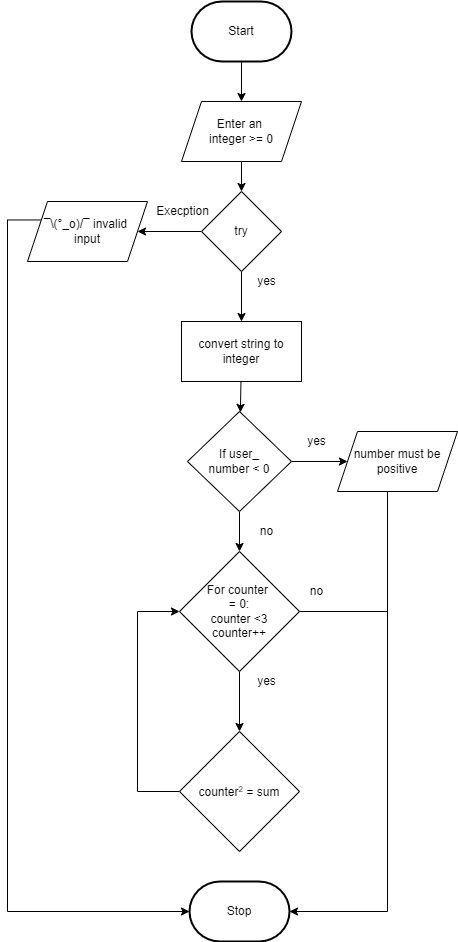
Huzaifa-Khalid-2/ICS3U-Assignment5-Python keeps this draw.io diagram as flowchart.png. Above is the earlier version. Source tidied: cells renumbered, new cells last; positions are measured from the earlier drawing's top-left corner, leaving out a move shared by most shapes. Its diagram source:
```xml
<mxGraphModel>
  <root>
    <mxCell id="0" />
    <mxCell id="1" parent="0" />
    <mxCell id="2" value="Stop" style="strokeWidth=2;html=1;shape=mxgraph.flowchart.terminator;whiteSpace=wrap;" parent="1" vertex="1">
      <mxGeometry x="182" y="880" width="100" height="60" as="geometry" />
    </mxCell>
    <mxCell id="3" style="edgeStyle=none;html=1;" parent="1" edge="1" source="4" target="6">
      <mxGeometry relative="1" as="geometry" />
    </mxCell>
    <mxCell id="4" value="Start" style="strokeWidth=2;html=1;shape=mxgraph.flowchart.terminator;whiteSpace=wrap;" parent="1" vertex="1">
      <mxGeometry x="184" width="100" height="60" as="geometry" />
    </mxCell>
    <mxCell id="5" style="edgeStyle=none;html=1;" parent="1" edge="1" source="6" target="9">
      <mxGeometry relative="1" as="geometry" />
    </mxCell>
    <mxCell id="6" value="Enter an &lt;br&gt;integer &amp;gt;= 0" style="shape=parallelogram;perimeter=parallelogramPerimeter;whiteSpace=wrap;html=1;fixedSize=1;" parent="1" vertex="1">
      <mxGeometry x="174" y="100" width="120" height="60" as="geometry" />
    </mxCell>
    <mxCell id="7" style="edgeStyle=none;html=1;" parent="1" edge="1" source="9">
      <mxGeometry relative="1" as="geometry">
        <mxPoint x="130" y="230" as="targetPoint" />
      </mxGeometry>
    </mxCell>
    <mxCell id="8" style="edgeStyle=none;html=1;" parent="1" edge="1" source="9">
      <mxGeometry relative="1" as="geometry">
        <mxPoint x="234" y="320" as="targetPoint" />
      </mxGeometry>
    </mxCell>
    <mxCell id="9" value="try" style="rhombus;whiteSpace=wrap;html=1;" parent="1" vertex="1">
      <mxGeometry x="194" y="190" width="80" height="80" as="geometry" />
    </mxCell>
    <mxCell id="10" value="Execption" style="text;html=1;align=center;verticalAlign=middle;strokeColor=none;fillColor=none;" parent="1" vertex="1">
      <mxGeometry x="140" y="200" width="70" height="20" as="geometry" />
    </mxCell>
    <mxCell id="11" style="edgeStyle=elbowEdgeStyle;rounded=0;html=1;entryX=0;entryY=0.5;entryDx=0;entryDy=0;entryPerimeter=0;exitX=0;exitY=0.25;exitDx=0;exitDy=0;" parent="1" edge="1" source="12" target="2">
      <mxGeometry relative="1" as="geometry">
        <Array as="points">
          <mxPoint y="790" />
          <mxPoint x="10" y="530" />
          <mxPoint x="50" y="570" />
        </Array>
      </mxGeometry>
    </mxCell>
    <mxCell id="12" value="¯\(°_o)/¯ invalid &lt;br&gt;input" style="shape=parallelogram;perimeter=parallelogramPerimeter;whiteSpace=wrap;html=1;fixedSize=1;" parent="1" vertex="1">
      <mxGeometry x="20" y="200" width="120" height="60" as="geometry" />
    </mxCell>
    <mxCell id="13" value="yes" style="text;html=1;align=center;verticalAlign=middle;strokeColor=none;fillColor=none;" parent="1" vertex="1">
      <mxGeometry x="244" y="270" width="30" height="20" as="geometry" />
    </mxCell>
    <mxCell id="14" style="edgeStyle=none;html=1;" parent="1" edge="1" source="15" target="18">
      <mxGeometry relative="1" as="geometry" />
    </mxCell>
    <mxCell id="15" value="convert string to integer" style="rounded=0;whiteSpace=wrap;html=1;" parent="1" vertex="1">
      <mxGeometry x="174" y="320" width="120" height="60" as="geometry" />
    </mxCell>
    <mxCell id="16" style="edgeStyle=none;html=1;" parent="1" edge="1" source="18">
      <mxGeometry relative="1" as="geometry">
        <mxPoint x="340" y="460" as="targetPoint" />
      </mxGeometry>
    </mxCell>
    <mxCell id="17" style="edgeStyle=none;html=1;entryX=0.5;entryY=0;entryDx=0;entryDy=0;" parent="1" edge="1" source="18">
      <mxGeometry relative="1" as="geometry">
        <mxPoint x="232" y="550" as="targetPoint" />
      </mxGeometry>
    </mxCell>
    <mxCell id="18" value="If user_&lt;br&gt;number &amp;lt; 0" style="rhombus;whiteSpace=wrap;html=1;" parent="1" vertex="1">
      <mxGeometry x="180" y="410" width="104" height="100" as="geometry" />
    </mxCell>
    <mxCell id="19" style="edgeStyle=elbowEdgeStyle;rounded=0;html=1;entryX=1;entryY=0.5;entryDx=0;entryDy=0;entryPerimeter=0;" parent="1" edge="1" source="20" target="2">
      <mxGeometry relative="1" as="geometry">
        <Array as="points">
          <mxPoint x="380" y="700" />
        </Array>
      </mxGeometry>
    </mxCell>
    <mxCell id="20" value="number must be positive" style="shape=parallelogram;perimeter=parallelogramPerimeter;whiteSpace=wrap;html=1;fixedSize=1;" parent="1" vertex="1">
      <mxGeometry x="330" y="430" width="120" height="60" as="geometry" />
    </mxCell>
    <mxCell id="21" value="yes" style="text;html=1;align=center;verticalAlign=middle;strokeColor=none;fillColor=none;" parent="1" vertex="1">
      <mxGeometry x="294" y="430" width="30" height="20" as="geometry" />
    </mxCell>
    <mxCell id="22" value="no" style="text;html=1;align=center;verticalAlign=middle;strokeColor=none;fillColor=none;" parent="1" vertex="1">
      <mxGeometry x="244" y="520" width="30" height="20" as="geometry" />
    </mxCell>
    <mxCell id="23" style="edgeStyle=none;html=1;" parent="1" edge="1" source="24">
      <mxGeometry relative="1" as="geometry">
        <mxPoint x="232" y="730" as="targetPoint" />
      </mxGeometry>
    </mxCell>
    <mxCell id="24" value="For counter &lt;br&gt;= 0:&lt;br&gt;counter &amp;lt;3&lt;br&gt;counter++" style="rhombus;whiteSpace=wrap;html=1;" parent="1" vertex="1">
      <mxGeometry x="172" y="550" width="120" height="120" as="geometry" />
    </mxCell>
    <mxCell id="25" style="edgeStyle=elbowEdgeStyle;html=1;entryX=0;entryY=0.5;entryDx=0;entryDy=0;rounded=0;" parent="1" edge="1" source="26" target="24">
      <mxGeometry relative="1" as="geometry">
        <Array as="points">
          <mxPoint x="130" y="670" />
        </Array>
      </mxGeometry>
    </mxCell>
    <mxCell id="26" value="counter&lt;span style=&quot;font-size: 10px&quot;&gt;&lt;sup&gt;2&lt;/sup&gt;&lt;/span&gt;&amp;nbsp;= sum" style="rhombus;whiteSpace=wrap;html=1;" parent="1" vertex="1">
      <mxGeometry x="172" y="730" width="120" height="120" as="geometry" />
    </mxCell>
    <mxCell id="27" value="no" style="text;html=1;align=center;verticalAlign=middle;strokeColor=none;fillColor=none;" parent="1" vertex="1">
      <mxGeometry x="294" y="580" width="30" height="20" as="geometry" />
    </mxCell>
    <mxCell id="28" value="yes" style="text;html=1;align=center;verticalAlign=middle;strokeColor=none;fillColor=none;" parent="1" vertex="1">
      <mxGeometry x="244" y="670" width="30" height="20" as="geometry" />
    </mxCell>
    <mxCell id="29" style="endArrow=none;html=1;rounded=0;entryX=1;entryY=0.5;entryDx=0;entryDy=0;" parent="1" edge="1" target="24">
      <mxGeometry relative="1" as="geometry">
        <mxPoint x="380" y="610" as="sourcePoint" />
      </mxGeometry>
    </mxCell>
  </root>
</mxGraphModel>
```
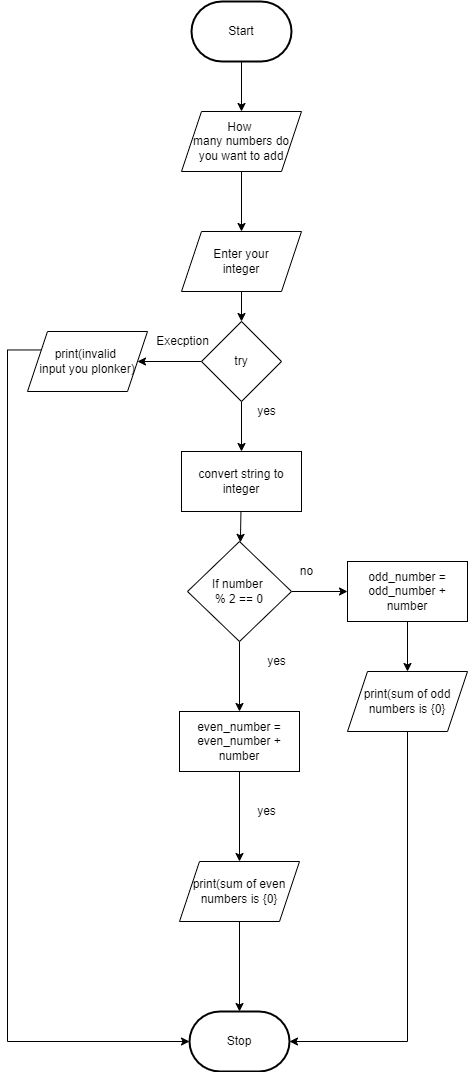
After the change.

The edit, as a diff of the source:
```diff
@@ -5,16 +5,10 @@
     <mxCell id="2" value="Stop" style="strokeWidth=2;html=1;shape=mxgraph.flowchart.terminator;whiteSpace=wrap;" parent="1" vertex="1">
       <mxGeometry x="182" y="880" width="100" height="60" as="geometry" />
     </mxCell>
-    <mxCell id="3" style="edgeStyle=none;html=1;" parent="1" edge="1" source="4" target="6">
-      <mxGeometry relative="1" as="geometry" />
-    </mxCell>
-    <mxCell id="4" value="Start" style="strokeWidth=2;html=1;shape=mxgraph.flowchart.terminator;whiteSpace=wrap;" parent="1" vertex="1">
-      <mxGeometry x="184" width="100" height="60" as="geometry" />
-    </mxCell>
     <mxCell id="5" style="edgeStyle=none;html=1;" parent="1" edge="1" source="6" target="9">
       <mxGeometry relative="1" as="geometry" />
     </mxCell>
-    <mxCell id="6" value="Enter an &lt;br&gt;integer &amp;gt;= 0" style="shape=parallelogram;perimeter=parallelogramPerimeter;whiteSpace=wrap;html=1;fixedSize=1;" parent="1" vertex="1">
+    <mxCell id="6" value="Enter your&lt;br&gt;integer" style="shape=parallelogram;perimeter=parallelogramPerimeter;whiteSpace=wrap;html=1;fixedSize=1;" parent="1" vertex="1">
       <mxGeometry x="174" y="100" width="120" height="60" as="geometry" />
     </mxCell>
     <mxCell id="7" style="edgeStyle=none;html=1;" parent="1" edge="1" source="9">
@@ -42,7 +36,7 @@
         </Array>
       </mxGeometry>
     </mxCell>
-    <mxCell id="12" value="¯\(°_o)/¯ invalid &lt;br&gt;input" style="shape=parallelogram;perimeter=parallelogramPerimeter;whiteSpace=wrap;html=1;fixedSize=1;" parent="1" vertex="1">
+    <mxCell id="12" value="print(invalid &lt;br&gt;input you plonker)" style="shape=parallelogram;perimeter=parallelogramPerimeter;whiteSpace=wrap;html=1;fixedSize=1;" parent="1" vertex="1">
       <mxGeometry x="20" y="200" width="120" height="60" as="geometry" />
     </mxCell>
     <mxCell id="13" value="yes" style="text;html=1;align=center;verticalAlign=middle;strokeColor=none;fillColor=none;" parent="1" vertex="1">
@@ -59,58 +53,63 @@
         <mxPoint x="340" y="460" as="targetPoint" />
       </mxGeometry>
     </mxCell>
-    <mxCell id="17" style="edgeStyle=none;html=1;entryX=0.5;entryY=0;entryDx=0;entryDy=0;" parent="1" edge="1" source="18">
-      <mxGeometry relative="1" as="geometry">
-        <mxPoint x="232" y="550" as="targetPoint" />
-      </mxGeometry>
+    <mxCell id="17" style="edgeStyle=none;html=1;entryX=0.5;entryY=0;entryDx=0;entryDy=0;" parent="1" edge="1" source="18" target="33">
+      <mxGeometry relative="1" as="geometry" />
     </mxCell>
-    <mxCell id="18" value="If user_&lt;br&gt;number &amp;lt; 0" style="rhombus;whiteSpace=wrap;html=1;" parent="1" vertex="1">
+    <mxCell id="18" value="If&amp;nbsp;number &lt;br&gt;% 2 == 0" style="rhombus;whiteSpace=wrap;html=1;" parent="1" vertex="1">
       <mxGeometry x="180" y="410" width="104" height="100" as="geometry" />
     </mxCell>
-    <mxCell id="19" style="edgeStyle=elbowEdgeStyle;rounded=0;html=1;entryX=1;entryY=0.5;entryDx=0;entryDy=0;entryPerimeter=0;" parent="1" edge="1" source="20" target="2">
-      <mxGeometry relative="1" as="geometry">
-        <Array as="points">
-          <mxPoint x="380" y="700" />
-        </Array>
-      </mxGeometry>
-    </mxCell>
-    <mxCell id="20" value="number must be positive" style="shape=parallelogram;perimeter=parallelogramPerimeter;whiteSpace=wrap;html=1;fixedSize=1;" parent="1" vertex="1">
-      <mxGeometry x="330" y="430" width="120" height="60" as="geometry" />
-    </mxCell>
     <mxCell id="21" value="yes" style="text;html=1;align=center;verticalAlign=middle;strokeColor=none;fillColor=none;" parent="1" vertex="1">
-      <mxGeometry x="294" y="430" width="30" height="20" as="geometry" />
+      <mxGeometry x="254" y="520" width="30" height="20" as="geometry" />
     </mxCell>
     <mxCell id="22" value="no" style="text;html=1;align=center;verticalAlign=middle;strokeColor=none;fillColor=none;" parent="1" vertex="1">
-      <mxGeometry x="244" y="520" width="30" height="20" as="geometry" />
+      <mxGeometry x="284" y="430" width="30" height="20" as="geometry" />
     </mxCell>
-    <mxCell id="23" style="edgeStyle=none;html=1;" parent="1" edge="1" source="24">
+    <mxCell id="23" style="edgeStyle=none;html=1;exitX=0.5;exitY=1;exitDx=0;exitDy=0;" parent="1" edge="1" source="33">
       <mxGeometry relative="1" as="geometry">
         <mxPoint x="232" y="730" as="targetPoint" />
       </mxGeometry>
     </mxCell>
-    <mxCell id="24" value="For counter &lt;br&gt;= 0:&lt;br&gt;counter &amp;lt;3&lt;br&gt;counter++" style="rhombus;whiteSpace=wrap;html=1;" parent="1" vertex="1">
-      <mxGeometry x="172" y="550" width="120" height="120" as="geometry" />
-    </mxCell>
-    <mxCell id="25" style="edgeStyle=elbowEdgeStyle;html=1;entryX=0;entryY=0.5;entryDx=0;entryDy=0;rounded=0;" parent="1" edge="1" source="26" target="24">
-      <mxGeometry relative="1" as="geometry">
-        <Array as="points">
-          <mxPoint x="130" y="670" />
-        </Array>
-      </mxGeometry>
-    </mxCell>
-    <mxCell id="26" value="counter&lt;span style=&quot;font-size: 10px&quot;&gt;&lt;sup&gt;2&lt;/sup&gt;&lt;/span&gt;&amp;nbsp;= sum" style="rhombus;whiteSpace=wrap;html=1;" parent="1" vertex="1">
-      <mxGeometry x="172" y="730" width="120" height="120" as="geometry" />
-    </mxCell>
-    <mxCell id="27" value="no" style="text;html=1;align=center;verticalAlign=middle;strokeColor=none;fillColor=none;" parent="1" vertex="1">
-      <mxGeometry x="294" y="580" width="30" height="20" as="geometry" />
-    </mxCell>
     <mxCell id="28" value="yes" style="text;html=1;align=center;verticalAlign=middle;strokeColor=none;fillColor=none;" parent="1" vertex="1">
       <mxGeometry x="244" y="670" width="30" height="20" as="geometry" />
     </mxCell>
-    <mxCell id="29" style="endArrow=none;html=1;rounded=0;entryX=1;entryY=0.5;entryDx=0;entryDy=0;" parent="1" edge="1" target="24">
-      <mxGeometry relative="1" as="geometry">
-        <mxPoint x="380" y="610" as="sourcePoint" />
-      </mxGeometry>
-    </mxCell>
+    <mxCell id="30" style="edgeStyle=none;html=1;entryX=0.5;entryY=0;entryDx=0;entryDy=0;" parent="1" edge="1" source="4" target="32">
+      <mxGeometry relative="1" as="geometry" />
+    </mxCell>
+    <mxCell id="4" value="Start" style="strokeWidth=2;html=1;shape=mxgraph.flowchart.terminator;whiteSpace=wrap;" parent="1" vertex="1">
+      <mxGeometry x="184" y="-130" width="100" height="60" as="geometry" />
+    </mxCell>
+    <mxCell id="31" style="edgeStyle=none;html=1;" parent="1" edge="1" source="32" target="6">
+      <mxGeometry relative="1" as="geometry" />
+    </mxCell>
+    <mxCell id="32" value="How &lt;br&gt;many numbers do you want to add" style="shape=parallelogram;perimeter=parallelogramPerimeter;whiteSpace=wrap;html=1;fixedSize=1;" parent="1" vertex="1">
+      <mxGeometry x="174" y="-20" width="120" height="60" as="geometry" />
+    </mxCell>
+    <mxCell id="33" value="even_number = even_number + number" style="rounded=0;whiteSpace=wrap;html=1;" parent="1" vertex="1">
+      <mxGeometry x="172" y="580" width="120" height="60" as="geometry" />
+    </mxCell>
+    <mxCell id="34" style="edgeStyle=none;html=1;entryX=0.5;entryY=0;entryDx=0;entryDy=0;" parent="1" edge="1" source="35" target="39">
+      <mxGeometry relative="1" as="geometry" />
+    </mxCell>
+    <mxCell id="35" value="odd_number = odd_number + number" style="rounded=0;whiteSpace=wrap;html=1;" parent="1" vertex="1">
+      <mxGeometry x="340" y="430" width="120" height="60" as="geometry" />
+    </mxCell>
+    <mxCell id="36" style="edgeStyle=none;html=1;entryX=0.5;entryY=0;entryDx=0;entryDy=0;entryPerimeter=0;" parent="1" edge="1" source="37" target="2">
+      <mxGeometry relative="1" as="geometry" />
+    </mxCell>
+    <mxCell id="37" value="print(sum of even numbers is {0}" style="shape=parallelogram;perimeter=parallelogramPerimeter;whiteSpace=wrap;html=1;fixedSize=1;" parent="1" vertex="1">
+      <mxGeometry x="172" y="730" width="120" height="60" as="geometry" />
+    </mxCell>
+    <mxCell id="38" style="edgeStyle=elbowEdgeStyle;html=1;entryX=1;entryY=0.5;entryDx=0;entryDy=0;entryPerimeter=0;rounded=0;" parent="1" edge="1" source="39" target="2">
+      <mxGeometry relative="1" as="geometry">
+        <Array as="points">
+          <mxPoint x="400" y="680" />
+          <mxPoint x="390" y="760" />
+        </Array>
+      </mxGeometry>
+    </mxCell>
+    <mxCell id="39" value="print(sum of odd numbers is {0}" style="shape=parallelogram;perimeter=parallelogramPerimeter;whiteSpace=wrap;html=1;fixedSize=1;" parent="1" vertex="1">
+      <mxGeometry x="340" y="540" width="120" height="60" as="geometry" />
+    </mxCell>
   </root>
 </mxGraphModel>
```
